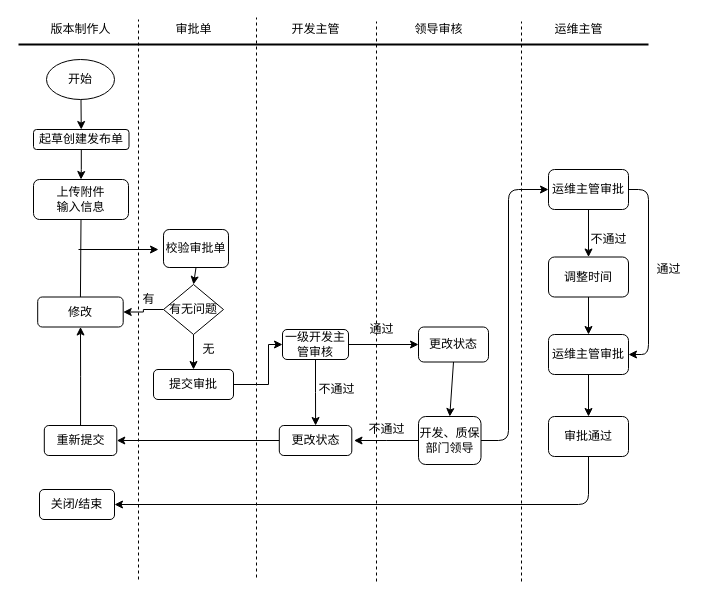
This is src/com/cupd/sharon/Untitled Diagram.drawio from sharonwq/sharon_test, a draw.io file, before an edit. Source tidied: cells renumbered, new cells numbered last; positions are measured from the earlier drawing's top-left corner, leaving out a move shared by most shapes. Both pictures are drawn from the tidied source at 100%, with x=0, y=0 at pixel (18, 17).
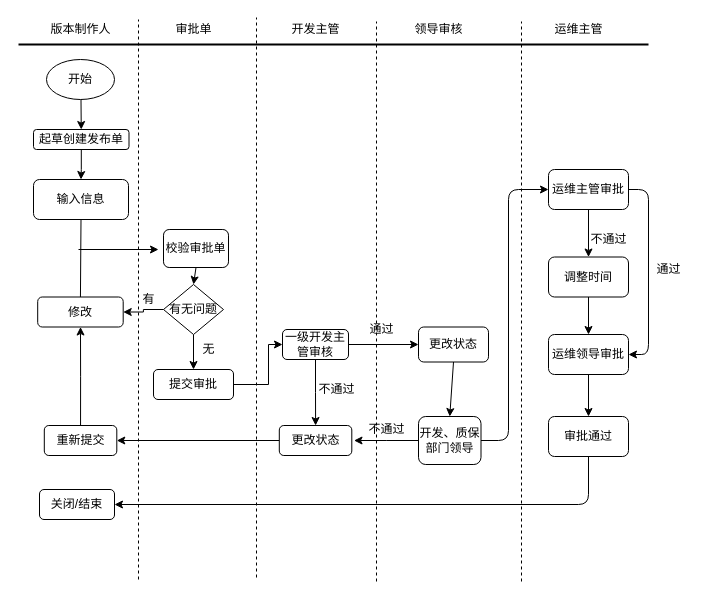
The same page after the edit.

Change to the diagram source:
```diff
@@
-    <mxCell id="11" value="上传附件&lt;br&gt;输入信息" style="rounded=1;whiteSpace=wrap;html=1;" parent="1" vertex="1">
+    <mxCell id="11" value="输入信息" style="rounded=1;whiteSpace=wrap;html=1;" parent="1" vertex="1">
       <mxGeometry x="15" y="162" width="95" height="40" as="geometry" />
     </mxCell>
@@
-    <mxCell id="55" value="运维主管审批" style="rounded=1;whiteSpace=wrap;html=1;" parent="1" vertex="1">
+    <mxCell id="55" value="运维领导审批" style="rounded=1;whiteSpace=wrap;html=1;" parent="1" vertex="1">
       <mxGeometry x="530" y="317" width="80" height="40" as="geometry" />
     </mxCell>
```
